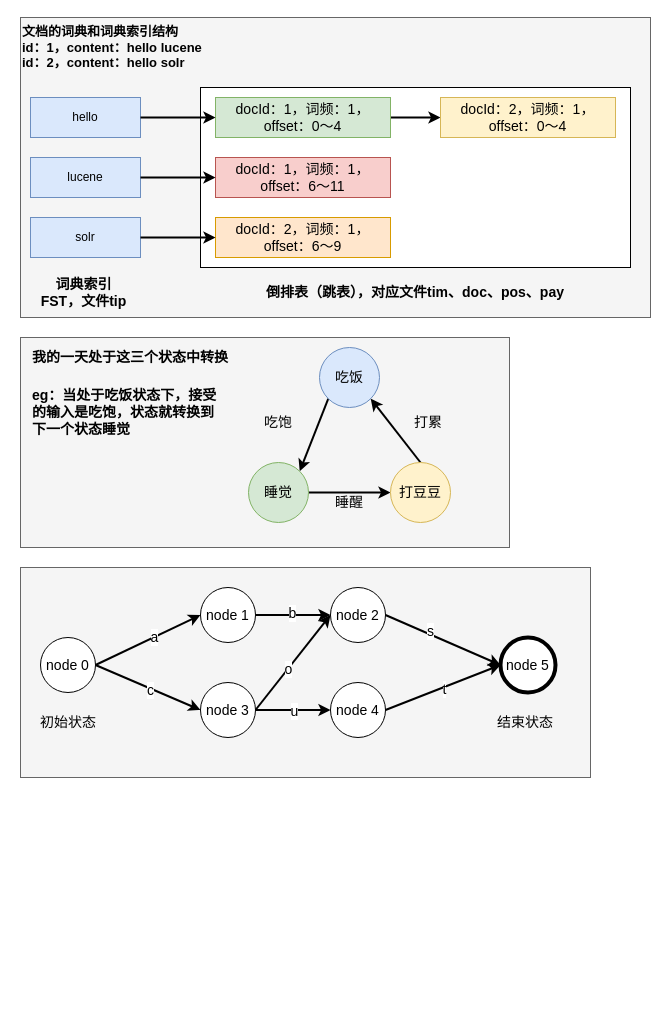
chengjungao/diagrams keeps this draw.io diagram as Lucene.drawio. Above is the earlier version. Source tidied: cells renumbered, new cells numbered last; positions are measured from the earlier drawing's top-left corner, leaving out a move shared by most shapes. Both pictures are drawn from the tidied source at 100%, with x=0, y=0 at pixel (20, 17).
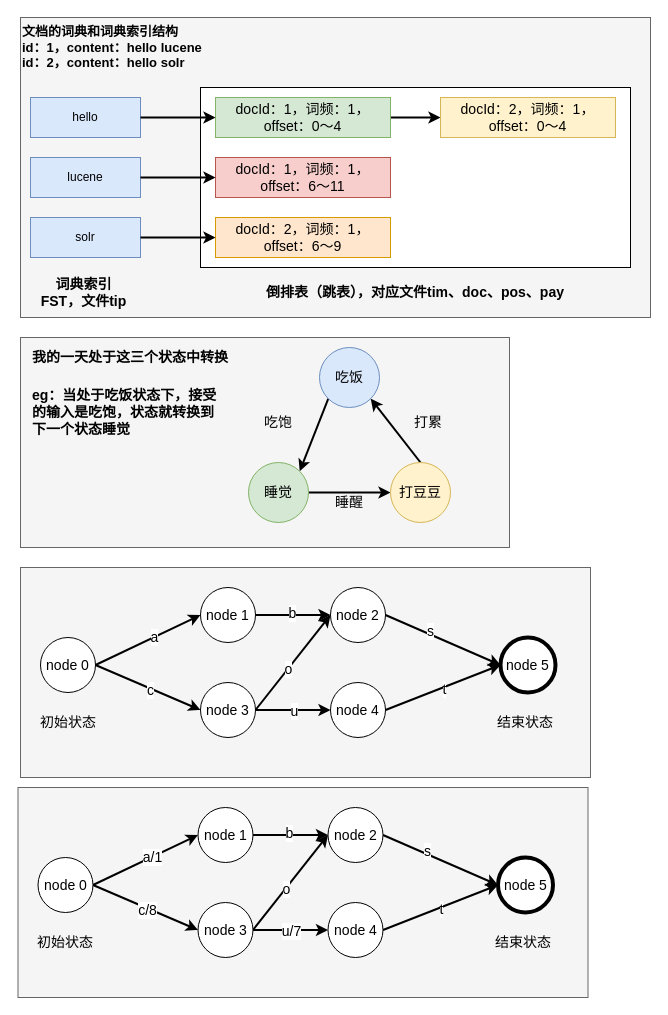
The same page after the edit.

Diff of the diagram source:
```diff
@@
+    <mxCell id="53" style="rounded=0;whiteSpace=wrap;html=1;fontSize=14;fillColor=#f5f5f5;fontColor=#333333;strokeColor=#666666;" parent="1" vertex="1">
+      <mxGeometry x="-2.5" y="770" width="570" height="210" as="geometry" />
+    </mxCell>
+    <mxCell id="54" style="edgeStyle=none;rounded=0;jettySize=auto;html=1;exitX=1;exitY=0.5;exitDx=0;exitDy=0;entryX=0;entryY=0.5;entryDx=0;entryDy=0;strokeWidth=2;fontSize=14;" parent="1" edge="1" source="58" target="62">
+      <mxGeometry relative="1" as="geometry" />
+    </mxCell>
+    <mxCell id="55" value="a/1" style="edgeLabel;html=1;align=center;verticalAlign=middle;fontSize=14;" parent="54" vertex="1">
+      <mxGeometry x="0.12" relative="1" as="geometry" />
+    </mxCell>
+    <mxCell id="56" style="edgeStyle=none;rounded=0;jettySize=auto;html=1;exitX=1;exitY=0.5;exitDx=0;exitDy=0;entryX=0;entryY=0.5;entryDx=0;entryDy=0;strokeWidth=2;fontSize=14;" parent="1" edge="1" source="58" target="67">
+      <mxGeometry relative="1" as="geometry" />
+    </mxCell>
+    <mxCell id="57" value="c/8" style="edgeLabel;html=1;align=center;verticalAlign=middle;fontSize=14;" parent="56" vertex="1">
+      <mxGeometry x="0.04" y="-2" relative="1" as="geometry">
+        <mxPoint x="1" as="offset" />
+      </mxGeometry>
+    </mxCell>
+    <mxCell id="58" value="node 0" style="ellipse;whiteSpace=wrap;html=1;fontSize=14;" parent="1" vertex="1">
+      <mxGeometry x="17.5" y="840" width="55" height="55" as="geometry" />
+    </mxCell>
+    <mxCell id="59" value="初始状态" style="text;html=1;strokeColor=none;fillColor=none;align=center;verticalAlign=middle;whiteSpace=wrap;rounded=0;fontSize=14;" parent="1" vertex="1">
+      <mxGeometry x="15" y="910" width="60" height="30" as="geometry" />
+    </mxCell>
+    <mxCell id="60" style="edgeStyle=none;rounded=0;jettySize=auto;html=1;exitX=1;exitY=0.5;exitDx=0;exitDy=0;strokeWidth=2;fontSize=14;" parent="1" edge="1" source="62" target="70">
+      <mxGeometry relative="1" as="geometry" />
+    </mxCell>
+    <mxCell id="61" value="b" style="edgeLabel;html=1;align=center;verticalAlign=middle;fontSize=14;" parent="60" vertex="1">
+      <mxGeometry x="-0.04" y="2" relative="1" as="geometry" />
+    </mxCell>
+    <mxCell id="62" value="node 1" style="ellipse;whiteSpace=wrap;html=1;fontSize=14;" parent="1" vertex="1">
+      <mxGeometry x="177.5" y="790" width="55" height="55" as="geometry" />
+    </mxCell>
+    <mxCell id="63" style="edgeStyle=none;rounded=0;jettySize=auto;html=1;exitX=1;exitY=0.5;exitDx=0;exitDy=0;entryX=0;entryY=0.5;entryDx=0;entryDy=0;strokeWidth=2;fontSize=14;" parent="1" edge="1" source="67" target="70">
+      <mxGeometry relative="1" as="geometry" />
+    </mxCell>
+    <mxCell id="64" value="o" style="edgeLabel;html=1;align=center;verticalAlign=middle;fontSize=14;" parent="63" vertex="1">
+      <mxGeometry x="-0.13" relative="1" as="geometry">
+        <mxPoint y="1" as="offset" />
+      </mxGeometry>
+    </mxCell>
+    <mxCell id="65" style="edgeStyle=none;rounded=0;jettySize=auto;html=1;exitX=1;exitY=0.5;exitDx=0;exitDy=0;strokeWidth=2;fontSize=14;" parent="1" edge="1" source="67" target="73">
+      <mxGeometry relative="1" as="geometry" />
+    </mxCell>
+    <mxCell id="66" value="u/7" style="edgeLabel;html=1;align=center;verticalAlign=middle;fontSize=14;" parent="65" vertex="1">
+      <mxGeometry x="0.01" y="-1" relative="1" as="geometry" />
+    </mxCell>
+    <mxCell id="67" value="node 3" style="ellipse;whiteSpace=wrap;html=1;fontSize=14;" parent="1" vertex="1">
+      <mxGeometry x="177.5" y="885" width="55" height="55" as="geometry" />
+    </mxCell>
+    <mxCell id="68" style="edgeStyle=none;rounded=0;jettySize=auto;html=1;exitX=1;exitY=0.5;exitDx=0;exitDy=0;entryX=0;entryY=0.5;entryDx=0;entryDy=0;strokeWidth=2;fontSize=14;" parent="1" edge="1" source="70" target="74">
+      <mxGeometry relative="1" as="geometry" />
+    </mxCell>
+    <mxCell id="69" value="s" style="edgeLabel;html=1;align=center;verticalAlign=middle;fontSize=14;" parent="68" vertex="1">
+      <mxGeometry x="-0.25" y="3" relative="1" as="geometry" />
+    </mxCell>
+    <mxCell id="70" value="node 2" style="ellipse;whiteSpace=wrap;html=1;fontSize=14;" parent="1" vertex="1">
+      <mxGeometry x="307.5" y="790" width="55" height="55" as="geometry" />
+    </mxCell>
+    <mxCell id="71" style="edgeStyle=none;rounded=0;jettySize=auto;html=1;exitX=1;exitY=0.5;exitDx=0;exitDy=0;entryX=0;entryY=0.5;entryDx=0;entryDy=0;strokeWidth=2;fontSize=14;" parent="1" edge="1" source="73" target="74">
+      <mxGeometry relative="1" as="geometry" />
+    </mxCell>
+    <mxCell id="72" value="t" style="edgeLabel;html=1;align=center;verticalAlign=middle;fontSize=14;" parent="71" vertex="1">
+      <mxGeometry x="0.01" y="-2" relative="1" as="geometry" />
+    </mxCell>
+    <mxCell id="73" value="node 4" style="ellipse;whiteSpace=wrap;html=1;fontSize=14;" parent="1" vertex="1">
+      <mxGeometry x="307.5" y="885" width="55" height="55" as="geometry" />
+    </mxCell>
+    <mxCell id="74" value="node 5" style="ellipse;whiteSpace=wrap;html=1;fontSize=14;strokeWidth=4;" parent="1" vertex="1">
+      <mxGeometry x="477.5" y="840" width="55" height="55" as="geometry" />
+    </mxCell>
+    <mxCell id="75" value="结束状态" style="text;html=1;strokeColor=none;fillColor=none;align=center;verticalAlign=middle;whiteSpace=wrap;rounded=0;fontSize=14;" parent="1" vertex="1">
+      <mxGeometry x="472.5" y="910" width="60" height="30" as="geometry" />
+    </mxCell>
```
